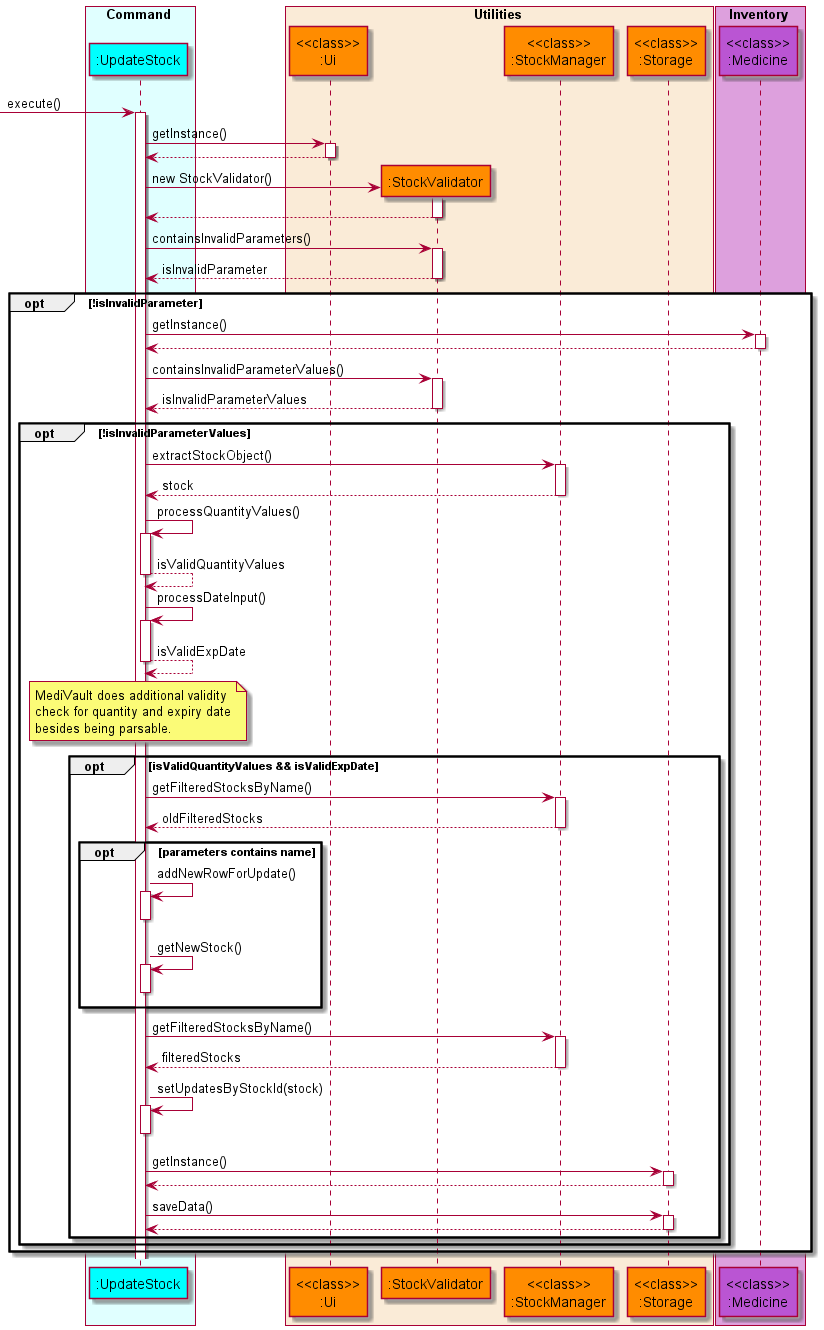
nus-cs2113-AY2122S1/tp keeps this PlantUML diagram as docs/diagrams/diagram_images/UpdateStockSequenceDiagram.png. Above is the earlier version.
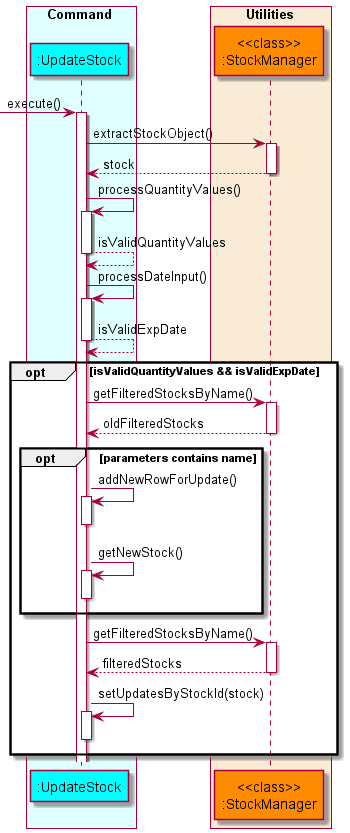
Above is the later version.

Commit message:
Modify sequence diagram to remove initial parameter validity check

The edit, as a diff of the source:
```diff
@@ -7,70 +7,34 @@
 end box
 
 box Utilities COLOR_UTILITIES_BOX
-    participant "<<class>>\n:Ui" as ui COLOR_UTILITIES
-    participant ":StockValidator" as stockvalidator COLOR_UTILITIES
     participant "<<class>>\n:StockManager" as stockmanager COLOR_UTILITIES
-    participant "<<class>>\n:Storage" as storage COLOR_UTILITIES
-end box
-
-box Inventory COLOR_INVENTORY_BOX
-    participant "<<class>>\n:Medicine" as medicine COLOR_INVENTORY
 end box
 
 autoactivate on
 
 -> updatestock: execute()
-    updatestock -> ui: getInstance()
-    updatestock <-- ui
-    create stockvalidator
-    updatestock -> stockvalidator: new StockValidator()
-    updatestock <-- stockvalidator
+    updatestock -> stockmanager: extractStockObject()
+    updatestock <-- stockmanager: stock
 
-    updatestock -> stockvalidator: containsInvalidParameters()
-    updatestock <-- stockvalidator: isInvalidParameter
+    updatestock -> updatestock: processQuantityValues()
+    updatestock --> updatestock: isValidQuantityValues
 
-    opt !isInvalidParameter
-        updatestock -> medicine: getInstance()
-        updatestock <-- medicine
-        updatestock -> stockvalidator: containsInvalidParameterValues()
-        updatestock <-- stockvalidator: isInvalidParameterValues
+    updatestock -> updatestock: processDateInput()
+    updatestock --> updatestock: isValidExpDate
 
-        opt !isInvalidParameterValues
-            updatestock -> stockmanager: extractStockObject()
-            updatestock <-- stockmanager: stock
-
-            updatestock -> updatestock: processQuantityValues()
-            updatestock --> updatestock: isValidQuantityValues
-
-            updatestock -> updatestock: processDateInput()
-            updatestock --> updatestock: isValidExpDate
-
-            note over updatestock
-            MediVault does additional validity
-            check for quantity and expiry date
-            besides being parsable.
-            end note
-
-            opt isValidQuantityValues && isValidExpDate
-                updatestock -> stockmanager: getFilteredStocksByName()
-                updatestock <-- stockmanager: oldFilteredStocks
-                opt parameters contains name
-                    updatestock -> updatestock: addNewRowForUpdate()
-                    deactivate updatestock
-                    updatestock -> updatestock: getNewStock()
-                    deactivate updatestock
-                end
-                updatestock -> stockmanager: getFilteredStocksByName()
-                updatestock <-- stockmanager: filteredStocks
-                updatestock -> updatestock: setUpdatesByStockId(stock)
-                deactivate updatestock
-                updatestock -> storage: getInstance()
-                updatestock <-- storage
-                updatestock -> storage: saveData()
-                updatestock <-- storage
-                deactivate storage
-            end
+    opt isValidQuantityValues && isValidExpDate
+        updatestock -> stockmanager: getFilteredStocksByName()
+        updatestock <-- stockmanager: oldFilteredStocks
+        opt parameters contains name
+            updatestock -> updatestock: addNewRowForUpdate()
+            deactivate updatestock
+            updatestock -> updatestock: getNewStock()
+            deactivate updatestock
         end
+        updatestock -> stockmanager: getFilteredStocksByName()
+        updatestock <-- stockmanager: filteredStocks
+        updatestock -> updatestock: setUpdatesByStockId(stock)
+        deactivate updatestock
     end
 
 @enduml
```
